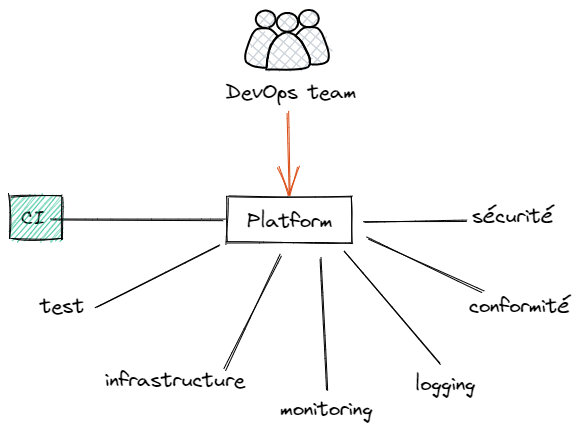
Above: snowcamp_2023/assets/platform-ci.excalidraw.png in ojacques/presentations (Excalidraw), before the change. Source tidied: one line per element, renumbered; positions are measured from the earlier drawing's top-left corner, leaving out a move shared by most shapes. Its diagram source:
```json
{"id": 0, "type": "text", "text": "conformité", "strokeColor": "#000000", "strokeWidth": 1, "roughness": 1, "fontSize": 20, "fontFamily": 1, "x": 459, "y": 284, "width": 98, "height": 27}
{"id": 1, "type": "text", "text": "monitoring", "strokeColor": "#000000", "strokeWidth": 1, "roughness": 1, "fontSize": 20, "fontFamily": 1, "x": 270, "y": 387, "width": 100, "height": 27}
{"id": 2, "type": "text", "text": "infrastructure", "strokeColor": "#000000", "strokeWidth": 1, "roughness": 1, "fontSize": 20, "fontFamily": 1, "x": 95, "y": 358, "width": 120, "height": 27}
{"id": 3, "type": "text", "text": "sécurité", "strokeColor": "#000000", "strokeWidth": 1, "roughness": 1, "fontSize": 20, "fontFamily": 1, "x": 462, "y": 194, "width": 70, "height": 27}
{"id": 4, "type": "text", "text": "CI", "strokeColor": "#000000", "strokeWidth": 1, "roughness": 1, "fontSize": 20, "fontFamily": 1, "x": 11, "y": 196, "width": 26, "height": 25}
{"id": 5, "type": "text", "text": "logging", "strokeColor": "#000000", "strokeWidth": 1, "roughness": 1, "fontSize": 20, "fontFamily": 1, "x": 405, "y": 362, "width": 70, "height": 27}
{"id": 6, "type": "text", "text": "test", "strokeColor": "#000000", "strokeWidth": 1, "roughness": 1, "fontSize": 20, "fontFamily": 1, "x": 30, "y": 284, "width": 34, "height": 27}
{"id": 7, "type": "rectangle", "strokeColor": "#000000", "strokeWidth": 1, "roughness": 1, "x": 217, "y": 187, "width": 125, "height": 46}
{"id": 8, "type": "text", "text": "Platform", "strokeColor": "#000000", "strokeWidth": 1, "roughness": 1, "fontSize": 20, "fontFamily": 1, "textAlign": "center", "verticalAlign": "middle", "inside": 7, "x": 241, "y": 197, "width": 77, "height": 27}
{"id": 9, "type": "line", "strokeColor": "#000000", "strokeWidth": 1, "roughness": 1, "x": 41, "y": 210, "width": 173, "height": 0, "points": [[0, 0], [173, 0]]}
{"id": 10, "type": "line", "strokeColor": "#000000", "strokeWidth": 1, "roughness": 1, "x": 86, "y": 297, "width": 124, "height": 61, "points": [[0, 0], [124, -61]]}
{"id": 11, "type": "line", "strokeColor": "#000000", "strokeWidth": 1, "roughness": 1, "x": 215, "y": 360, "width": 57, "height": 114, "points": [[0, 0], [57, -114]]}
{"id": 12, "type": "line", "strokeColor": "#000000", "strokeWidth": 1, "roughness": 1, "x": 317, "y": 380, "width": 6, "height": 132, "points": [[0, 0], [-6, -132]]}
{"id": 13, "type": "line", "strokeColor": "#000000", "strokeWidth": 1, "roughness": 1, "x": 334, "y": 243, "width": 96, "height": 111, "points": [[0, 0], [96, 111]]}
{"id": 14, "type": "line", "strokeColor": "#000000", "strokeWidth": 1, "roughness": 1, "x": 357, "y": 228, "width": 116, "height": 54, "points": [[0, 0], [116, 54]]}
{"id": 15, "type": "line", "strokeColor": "#000000", "strokeWidth": 1, "roughness": 1, "x": 354, "y": 212, "width": 102, "height": 1, "points": [[0, 0], [102, -1]]}
{"id": 16, "type": "text", "text": "DevOps team", "strokeColor": "#000000", "backgroundColor": "white", "fillStyle": "solid", "strokeWidth": 1, "roughness": 1, "fontSize": 20, "fontFamily": 1, "x": 216, "y": 70, "width": 121, "height": 27}
{"id": 17, "type": "ellipse", "strokeColor": "#000000", "backgroundColor": "#ced4da", "fillStyle": "cross-hatch", "strokeWidth": 2, "roughness": 0, "x": 289, "y": 0, "width": 20, "height": 17}
{"id": 18, "type": "ellipse", "strokeColor": "#000000", "backgroundColor": "#ced4da", "fillStyle": "cross-hatch", "strokeWidth": 2, "roughness": 0, "x": 246, "y": 1, "width": 20, "height": 17}
{"id": 19, "type": "line", "strokeColor": "#000000", "backgroundColor": "#ced4da", "fillStyle": "cross-hatch", "strokeWidth": 2, "roughness": 0, "x": 256, "y": 60, "width": 42, "height": 37, "points": [[0, 0], [5, -25], [20, -37], [35, -27], [42, -3], [0, 0]]}
{"id": 20, "type": "ellipse", "strokeColor": "#000000", "backgroundColor": "#ced4da", "fillStyle": "cross-hatch", "strokeWidth": 2, "roughness": 0, "x": 267, "y": 3, "width": 21, "height": 19}
{"id": 21, "type": "line", "strokeColor": "#000000", "backgroundColor": "#ced4da", "fillStyle": "cross-hatch", "strokeWidth": 2, "roughness": 0, "x": 285, "y": 26, "width": 33, "height": 37, "points": [[0, 0], [5, -6], [10, -8], [17, -9], [22, -8], [26, -4], [28, 2], [31, 8], [33, 14], [33, 20], [33, 25], [29, 27], [25, 28], [19, 29], [15, 28], [14, 22], [13, 19], [10, 13], [6, 6], [0, 0]]}
{"id": 22, "type": "line", "strokeColor": "#000000", "backgroundColor": "#ced4da", "fillStyle": "cross-hatch", "strokeWidth": 2, "roughness": 0, "x": 267, "y": 26, "width": 32, "height": 39, "points": [[0, 0], [-4, -4], [-8, -7], [-16, -8], [-21, -6], [-25, -2], [-27, 3], [-29, 9], [-31, 16], [-32, 21], [-31, 26], [-28, 28], [-24, 30], [-18, 31], [-11, 31], [-10, 24], [-10, 21], [-8, 15], [-5, 7], [0, 0]]}
{"id": 23, "type": "arrow", "strokeColor": "#d9480f", "strokeWidth": 1, "roughness": 1, "endArrowhead": "arrow", "from": 16, "to": 7, "x": 279, "y": 102, "width": 1, "height": 82, "points": [[0, 0], [1, 82]]}
{"id": 24, "type": "rectangle", "strokeColor": "#000000", "backgroundColor": "#12b886", "fillStyle": "hachure", "strokeWidth": 1, "roughness": 1, "x": 0, "y": 185, "width": 52, "height": 44}
```
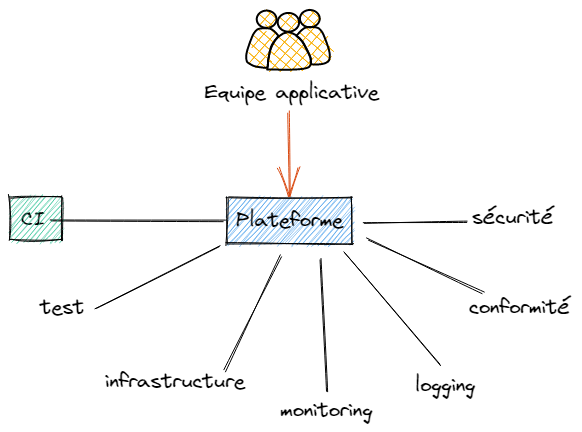
Later version of the same file.

Change to the diagram source:
```diff
@@ -1,12 +1,12 @@
-{"id": 0, "type": "text", "text": "conformité", "strokeColor": "#000000", "strokeWidth": 1, "roughness": 1, "fontSize": 20, "fontFamily": 1, "x": 459, "y": 284, "width": 98, "height": 27}
+{"id": 0, "type": "text", "text": "conformité", "strokeColor": "#000000", "strokeWidth": 1, "roughness": 1, "fontSize": 20, "fontFamily": 1, "x": 459, "y": 284, "width": 103, "height": 25}
-{"id": 1, "type": "text", "text": "monitoring", "strokeColor": "#000000", "strokeWidth": 1, "roughness": 1, "fontSize": 20, "fontFamily": 1, "x": 270, "y": 387, "width": 100, "height": 27}
+{"id": 1, "type": "text", "text": "monitoring", "strokeColor": "#000000", "strokeWidth": 1, "roughness": 1, "fontSize": 20, "fontFamily": 1, "x": 270, "y": 387, "width": 94, "height": 25}
-{"id": 2, "type": "text", "text": "infrastructure", "strokeColor": "#000000", "strokeWidth": 1, "roughness": 1, "fontSize": 20, "fontFamily": 1, "x": 95, "y": 358, "width": 120, "height": 27}
+{"id": 2, "type": "text", "text": "infrastructure", "strokeColor": "#000000", "strokeWidth": 1, "roughness": 1, "fontSize": 20, "fontFamily": 1, "x": 95, "y": 358, "width": 142, "height": 25}
-{"id": 3, "type": "text", "text": "sécurité", "strokeColor": "#000000", "strokeWidth": 1, "roughness": 1, "fontSize": 20, "fontFamily": 1, "x": 462, "y": 194, "width": 70, "height": 27}
+{"id": 3, "type": "text", "text": "sécurité", "strokeColor": "#000000", "strokeWidth": 1, "roughness": 1, "fontSize": 20, "fontFamily": 1, "x": 462, "y": 194, "width": 83, "height": 25}
 {"id": 4, "type": "text", "text": "CI", "strokeColor": "#000000", "strokeWidth": 1, "roughness": 1, "fontSize": 20, "fontFamily": 1, "x": 11, "y": 196, "width": 26, "height": 25}
-{"id": 5, "type": "text", "text": "logging", "strokeColor": "#000000", "strokeWidth": 1, "roughness": 1, "fontSize": 20, "fontFamily": 1, "x": 405, "y": 362, "width": 70, "height": 27}
+{"id": 5, "type": "text", "text": "logging", "strokeColor": "#000000", "strokeWidth": 1, "roughness": 1, "fontSize": 20, "fontFamily": 1, "x": 405, "y": 362, "width": 62, "height": 25}
-{"id": 6, "type": "text", "text": "test", "strokeColor": "#000000", "strokeWidth": 1, "roughness": 1, "fontSize": 20, "fontFamily": 1, "x": 30, "y": 284, "width": 34, "height": 27}
+{"id": 6, "type": "text", "text": "test", "strokeColor": "#000000", "strokeWidth": 1, "roughness": 1, "fontSize": 20, "fontFamily": 1, "x": 30, "y": 284, "width": 46, "height": 25}
-{"id": 7, "type": "rectangle", "strokeColor": "#000000", "strokeWidth": 1, "roughness": 1, "x": 217, "y": 187, "width": 125, "height": 46}
+{"id": 7, "type": "rectangle", "strokeColor": "#000000", "backgroundColor": "#228be6", "fillStyle": "hachure", "strokeWidth": 1, "roughness": 1, "x": 217, "y": 187, "width": 125, "height": 46}
-{"id": 8, "type": "text", "text": "Platform", "strokeColor": "#000000", "strokeWidth": 1, "roughness": 1, "fontSize": 20, "fontFamily": 1, "textAlign": "center", "verticalAlign": "middle", "inside": 7, "x": 241, "y": 197, "width": 77, "height": 27}
+{"id": 8, "type": "text", "text": "Plateforme", "strokeColor": "#000000", "strokeWidth": 1, "roughness": 1, "fontSize": 20, "fontFamily": 1, "textAlign": "center", "verticalAlign": "middle", "inside": 7, "x": 225, "y": 197, "width": 109, "height": 25}
 {"id": 9, "type": "line", "strokeColor": "#000000", "strokeWidth": 1, "roughness": 1, "x": 41, "y": 210, "width": 173, "height": 0, "points": [[0, 0], [173, 0]]}
 {"id": 10, "type": "line", "strokeColor": "#000000", "strokeWidth": 1, "roughness": 1, "x": 86, "y": 297, "width": 124, "height": 61, "points": [[0, 0], [124, -61]]}
 {"id": 11, "type": "line", "strokeColor": "#000000", "strokeWidth": 1, "roughness": 1, "x": 215, "y": 360, "width": 57, "height": 114, "points": [[0, 0], [57, -114]]}
@@ -14,12 +14,12 @@
 {"id": 13, "type": "line", "strokeColor": "#000000", "strokeWidth": 1, "roughness": 1, "x": 334, "y": 243, "width": 96, "height": 111, "points": [[0, 0], [96, 111]]}
 {"id": 14, "type": "line", "strokeColor": "#000000", "strokeWidth": 1, "roughness": 1, "x": 357, "y": 228, "width": 116, "height": 54, "points": [[0, 0], [116, 54]]}
 {"id": 15, "type": "line", "strokeColor": "#000000", "strokeWidth": 1, "roughness": 1, "x": 354, "y": 212, "width": 102, "height": 1, "points": [[0, 0], [102, -1]]}
-{"id": 16, "type": "text", "text": "DevOps team", "strokeColor": "#000000", "backgroundColor": "white", "fillStyle": "solid", "strokeWidth": 1, "roughness": 1, "fontSize": 20, "fontFamily": 1, "x": 216, "y": 70, "width": 121, "height": 27}
+{"id": 16, "type": "text", "text": "Equipe applicative", "strokeColor": "#000000", "backgroundColor": "white", "fillStyle": "solid", "strokeWidth": 1, "roughness": 1, "fontSize": 20, "fontFamily": 1, "x": 195, "y": 69, "width": 176, "height": 25}
-{"id": 17, "type": "ellipse", "strokeColor": "#000000", "backgroundColor": "#ced4da", "fillStyle": "cross-hatch", "strokeWidth": 2, "roughness": 0, "x": 289, "y": 0, "width": 20, "height": 17}
+{"id": 17, "type": "ellipse", "strokeColor": "#000000", "backgroundColor": "#fab005", "fillStyle": "cross-hatch", "strokeWidth": 2, "roughness": 0, "x": 290, "y": -1, "width": 20, "height": 17}
-{"id": 18, "type": "ellipse", "strokeColor": "#000000", "backgroundColor": "#ced4da", "fillStyle": "cross-hatch", "strokeWidth": 2, "roughness": 0, "x": 246, "y": 1, "width": 20, "height": 17}
+{"id": 18, "type": "ellipse", "strokeColor": "#000000", "backgroundColor": "#fab005", "fillStyle": "cross-hatch", "strokeWidth": 2, "roughness": 0, "x": 247, "y": 0, "width": 20, "height": 17}
-{"id": 19, "type": "line", "strokeColor": "#000000", "backgroundColor": "#ced4da", "fillStyle": "cross-hatch", "strokeWidth": 2, "roughness": 0, "x": 256, "y": 60, "width": 42, "height": 37, "points": [[0, 0], [5, -25], [20, -37], [35, -27], [42, -3], [0, 0]]}
+{"id": 19, "type": "line", "strokeColor": "#000000", "backgroundColor": "#fab005", "fillStyle": "cross-hatch", "strokeWidth": 2, "roughness": 0, "x": 257, "y": 59, "width": 42, "height": 37, "points": [[0, 0], [5, -25], [20, -37], [35, -27], [42, -3], [0, 0]]}
-{"id": 20, "type": "ellipse", "strokeColor": "#000000", "backgroundColor": "#ced4da", "fillStyle": "cross-hatch", "strokeWidth": 2, "roughness": 0, "x": 267, "y": 3, "width": 21, "height": 19}
+{"id": 20, "type": "ellipse", "strokeColor": "#000000", "backgroundColor": "#fab005", "fillStyle": "cross-hatch", "strokeWidth": 2, "roughness": 0, "x": 268, "y": 2, "width": 21, "height": 19}
-{"id": 21, "type": "line", "strokeColor": "#000000", "backgroundColor": "#ced4da", "fillStyle": "cross-hatch", "strokeWidth": 2, "roughness": 0, "x": 285, "y": 26, "width": 33, "height": 37, "points": [[0, 0], [5, -6], [10, -8], [17, -9], [22, -8], [26, -4], [28, 2], [31, 8], [33, 14], [33, 20], [33, 25], [29, 27], [25, 28], [19, 29], [15, 28], [14, 22], [13, 19], [10, 13], [6, 6], [0, 0]]}
+{"id": 21, "type": "line", "strokeColor": "#000000", "backgroundColor": "#fab005", "fillStyle": "cross-hatch", "strokeWidth": 2, "roughness": 0, "x": 286, "y": 25, "width": 33, "height": 37, "points": [[0, 0], [5, -6], [10, -8], [17, -9], [22, -8], [26, -4], [28, 2], [31, 8], [33, 14], [33, 20], [33, 25], [29, 27], [25, 28], [19, 29], [15, 28], [14, 22], [13, 19], [10, 13], [6, 6], [0, 0]]}
-{"id": 22, "type": "line", "strokeColor": "#000000", "backgroundColor": "#ced4da", "fillStyle": "cross-hatch", "strokeWidth": 2, "roughness": 0, "x": 267, "y": 26, "width": 32, "height": 39, "points": [[0, 0], [-4, -4], [-8, -7], [-16, -8], [-21, -6], [-25, -2], [-27, 3], [-29, 9], [-31, 16], [-32, 21], [-31, 26], [-28, 28], [-24, 30], [-18, 31], [-11, 31], [-10, 24], [-10, 21], [-8, 15], [-5, 7], [0, 0]]}
+{"id": 22, "type": "line", "strokeColor": "#000000", "backgroundColor": "#fab005", "fillStyle": "cross-hatch", "strokeWidth": 2, "roughness": 0, "x": 268, "y": 25, "width": 32, "height": 39, "points": [[0, 0], [-4, -4], [-8, -7], [-16, -8], [-21, -6], [-25, -2], [-27, 3], [-29, 9], [-31, 16], [-32, 21], [-31, 26], [-28, 28], [-24, 30], [-18, 31], [-11, 31], [-10, 24], [-10, 21], [-8, 15], [-5, 7], [0, 0]]}
-{"id": 23, "type": "arrow", "strokeColor": "#d9480f", "strokeWidth": 1, "roughness": 1, "endArrowhead": "arrow", "from": 16, "to": 7, "x": 279, "y": 102, "width": 1, "height": 82, "points": [[0, 0], [1, 82]]}
+{"id": 23, "type": "arrow", "strokeColor": "#d9480f", "strokeWidth": 1, "roughness": 1, "endArrowhead": "arrow", "from": 16, "to": 7, "x": 280, "y": 101, "width": 0, "height": 83, "points": [[0, 0], [0, 83]]}
 {"id": 24, "type": "rectangle", "strokeColor": "#000000", "backgroundColor": "#12b886", "fillStyle": "hachure", "strokeWidth": 1, "roughness": 1, "x": 0, "y": 185, "width": 52, "height": 44}
```
